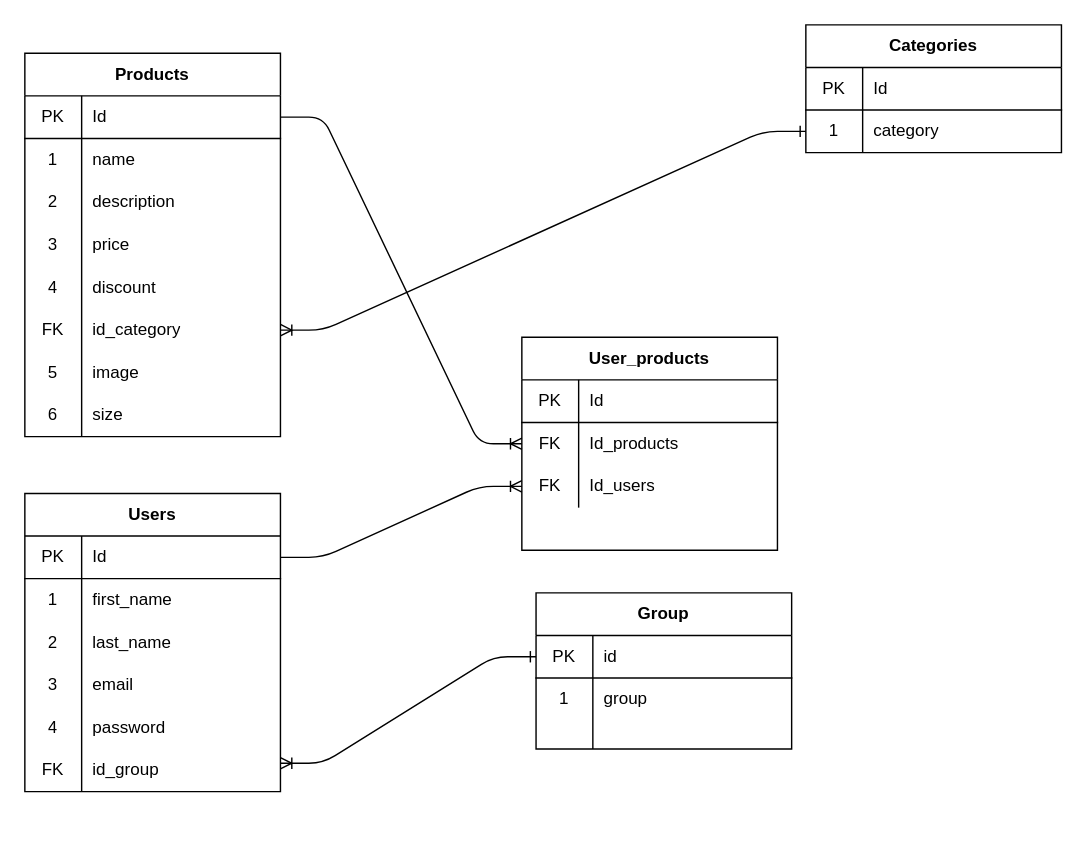
Before: little_BU.drawio in 0920CDFSNCN27ARED/grupo-10, a draw.io diagram. Source tidied: cells renumbered, new cells numbered last; positions are measured from the earlier drawing's top-left corner, leaving out a move shared by most shapes. Both pictures are drawn from the tidied source at 142%, with x=0, y=0 at pixel (24, 24).
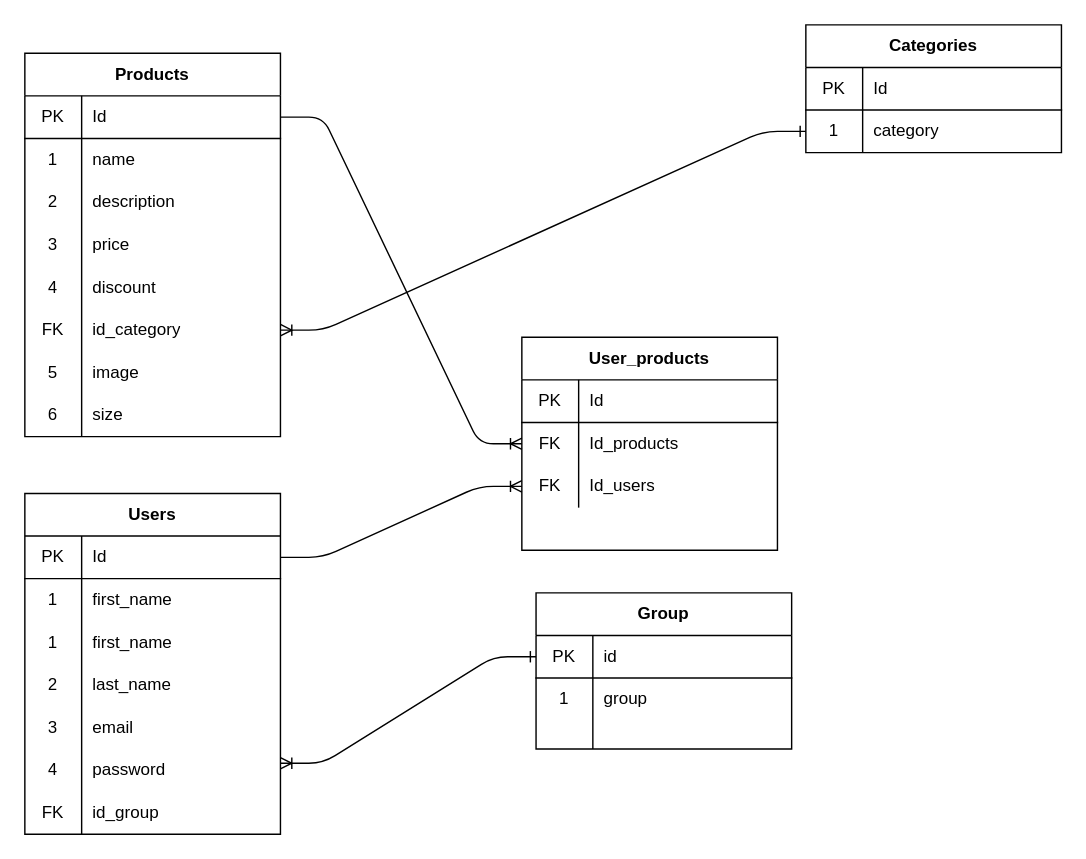
Above is the later version.

Commit message:
correccion archivo drawio

What changed in the source:
```diff
@@
     <mxCell id="27" value="Users" style="shape=table;html=1;whiteSpace=wrap;startSize=30;childLayout=tableLayout;rowLines=0;fontStyle=1;align=center;" parent="1" vertex="1">
-      <mxGeometry y="330" width="180" height="210" as="geometry" />
+      <mxGeometry y="330" width="180" height="240" as="geometry" />
     </mxCell>
@@
+    <mxCell id="77" style="shape=partialRectangle;html=1;whiteSpace=wrap;fillColor=none;top=0;left=0;bottom=0;right=0;" parent="27" vertex="1">
+      <mxGeometry y="90" width="180" height="30" as="geometry" />
+    </mxCell>
+    <mxCell id="78" value="1" style="shape=partialRectangle;html=1;whiteSpace=wrap;fillColor=none;top=0;left=0;bottom=0;right=0;overflow=hidden;" parent="77" vertex="1">
+      <mxGeometry width="40" height="30" as="geometry" />
+    </mxCell>
+    <mxCell id="79" value="first_name" style="shape=partialRectangle;html=1;whiteSpace=wrap;fillColor=none;top=0;left=0;bottom=0;right=0;align=left;spacingLeft=6;overflow=hidden;" parent="77" vertex="1">
+      <mxGeometry x="40" width="140" height="30" as="geometry" />
+    </mxCell>
     <mxCell id="34" style="shape=partialRectangle;html=1;whiteSpace=wrap;fillColor=none;top=0;left=0;bottom=0;right=0;" parent="27" vertex="1">
-      <mxGeometry y="90" width="180" height="30" as="geometry" />
+      <mxGeometry y="120" width="180" height="30" as="geometry" />
     </mxCell>
@@
     <mxCell id="37" style="shape=partialRectangle;html=1;whiteSpace=wrap;fillColor=none;top=0;left=0;bottom=0;right=0;" parent="27" vertex="1">
-      <mxGeometry y="120" width="180" height="30" as="geometry" />
+      <mxGeometry y="150" width="180" height="30" as="geometry" />
     </mxCell>
@@
     <mxCell id="40" style="shape=partialRectangle;html=1;whiteSpace=wrap;fillColor=none;top=0;left=0;bottom=0;right=0;" parent="27" vertex="1">
-      <mxGeometry y="150" width="180" height="30" as="geometry" />
+      <mxGeometry y="180" width="180" height="30" as="geometry" />
     </mxCell>
@@
     <mxCell id="43" style="shape=partialRectangle;html=1;whiteSpace=wrap;fillColor=none;top=0;left=0;bottom=0;right=0;" parent="27" vertex="1">
-      <mxGeometry y="180" width="180" height="30" as="geometry" />
+      <mxGeometry y="210" width="180" height="30" as="geometry" />
     </mxCell>
```
